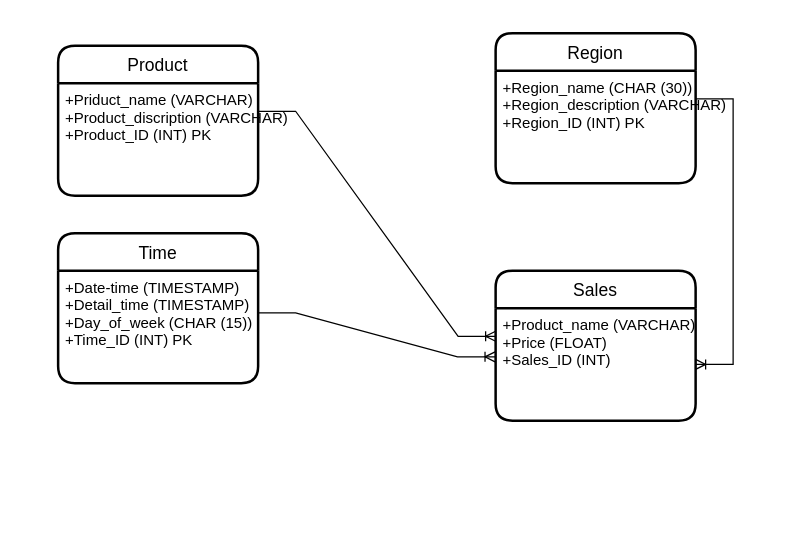
Earlier version of the draw.io diagram page "Fisical" (3 of 3) of Models.drawio (irinapisarchik/Data-analyze). Source tidied: cells renumbered, new cells numbered last; positions are measured from the earlier drawing's top-left corner, leaving out a move shared by most shapes. Both pictures are drawn from the tidied source at 125%, with x=0, y=0 at pixel (58, 32).
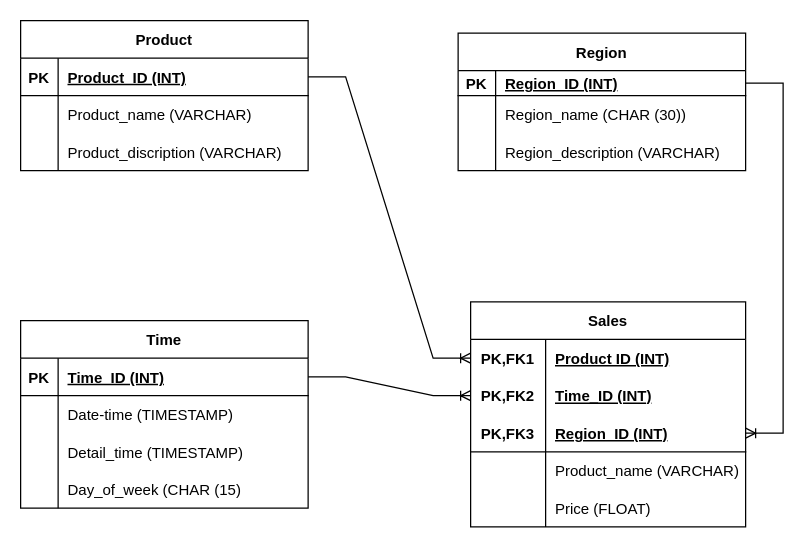
The same diagram, later.

Change to the diagram source:
```diff
@@
-    <mxCell id="2" style="edgeStyle=entityRelationEdgeStyle;fontSize=12;html=1;endArrow=ERoneToMany;rounded=0;exitX=1;exitY=0.25;exitDx=0;exitDy=0;" parent="1" edge="1" source="10" target="12">
+    <mxCell id="2" style="edgeStyle=entityRelationEdgeStyle;fontSize=12;html=1;endArrow=ERoneToMany;rounded=0;entryX=1;entryY=0.5;entryDx=0;entryDy=0;" parent="1" edge="1" source="36" target="51">
       <mxGeometry relative="1" as="geometry" />
     </mxCell>
-    <mxCell id="3" value="Time" style="swimlane;horizontal=1;startSize=30;rounded=1;fontSize=14;fontStyle=0;strokeWidth=2;shadow=0;dashed=0;align=center;" parent="1" vertex="1">
-      <mxGeometry y="160" width="160" height="120" as="geometry" />
-    </mxCell>
-    <mxCell id="4" value="+Date-time (TIMESTAMP)&#10;+Detail_time (TIMESTAMP)&#10;+Day_of_week (CHAR (15))&#10;+Time_ID (INT) PK" style="align=left;strokeColor=none;fillColor=none;spacingLeft=4;fontSize=12;verticalAlign=top;" parent="3" vertex="1">
-      <mxGeometry y="30" width="160" height="90" as="geometry" />
-    </mxCell>
-    <mxCell id="5" style="align=left;strokeColor=none;fillColor=none;spacingLeft=4;fontSize=12;verticalAlign=top;" parent="3" vertex="1">
-      <mxGeometry y="120" width="160" as="geometry" />
-    </mxCell>
-    <mxCell id="6" style="align=left;strokeColor=none;fillColor=none;spacingLeft=4;fontSize=12;verticalAlign=top;" parent="3" vertex="1">
-      <mxGeometry y="120" width="160" as="geometry" />
-    </mxCell>
-    <mxCell id="7" value="Product" style="swimlane;horizontal=1;startSize=30;rounded=1;fontSize=14;fontStyle=0;strokeWidth=2;shadow=0;dashed=0;align=center;" parent="1" vertex="1">
-      <mxGeometry y="10" width="160" height="120" as="geometry" />
-    </mxCell>
-    <mxCell id="8" value="+Priduct_name (VARCHAR)&#10;+Product_discription (VARCHAR)&#10;+Product_ID (INT) PK" style="align=left;strokeColor=none;fillColor=none;spacingLeft=4;fontSize=12;verticalAlign=top;labelBackgroundColor=none;labelBorderColor=none;" parent="7" vertex="1">
-      <mxGeometry y="30" width="160" height="90" as="geometry" />
-    </mxCell>
-    <mxCell id="9" value="Region" style="swimlane;horizontal=1;startSize=30;rounded=1;fontSize=14;fontStyle=0;strokeWidth=2;shadow=0;dashed=0;align=center;" parent="1" vertex="1">
-      <mxGeometry x="350" width="160" height="120" as="geometry" />
-    </mxCell>
-    <mxCell id="10" value="+Region_name (CHAR (30))&#10;+Region_description (VARCHAR)&#10;+Region_ID (INT) PK" style="align=left;strokeColor=none;fillColor=none;spacingLeft=4;fontSize=12;verticalAlign=top;" parent="9" vertex="1">
-      <mxGeometry y="30" width="160" height="90" as="geometry" />
-    </mxCell>
-    <mxCell id="11" value="Sales" style="swimlane;horizontal=1;startSize=30;rounded=1;fontSize=14;fontStyle=0;strokeWidth=2;shadow=0;dashed=0;align=center;" parent="1" vertex="1">
-      <mxGeometry x="350" y="190" width="160" height="120" as="geometry" />
-    </mxCell>
-    <mxCell id="12" value="+Product_name (VARCHAR)&#10;+Price (FLOAT)&#10;+Sales_ID (INT)" style="align=left;strokeColor=none;fillColor=none;spacingLeft=4;fontSize=12;verticalAlign=top;" parent="11" vertex="1">
-      <mxGeometry y="30" width="160" height="90" as="geometry" />
-    </mxCell>
-    <mxCell id="13" style="edgeStyle=entityRelationEdgeStyle;fontSize=12;html=1;endArrow=ERoneToMany;rounded=0;exitX=1;exitY=0.25;exitDx=0;exitDy=0;entryX=0;entryY=0.25;entryDx=0;entryDy=0;" parent="1" edge="1" source="8" target="12">
+    <mxCell id="13" style="edgeStyle=entityRelationEdgeStyle;fontSize=12;html=1;endArrow=ERoneToMany;rounded=0;" parent="1" edge="1" source="15" target="45">
       <mxGeometry relative="1" as="geometry" />
     </mxCell>
-    <mxCell id="14" style="edgeStyle=entityRelationEdgeStyle;fontSize=12;html=1;endArrow=ERoneToMany;rounded=0;exitX=1;exitY=0.376;exitDx=0;exitDy=0;exitPerimeter=0;entryX=-0.003;entryY=0.433;entryDx=0;entryDy=0;entryPerimeter=0;" parent="1" edge="1" source="4" target="12">
+    <mxCell id="14" style="edgeStyle=entityRelationEdgeStyle;fontSize=12;html=1;endArrow=ERoneToMany;rounded=0;entryX=0;entryY=0.5;entryDx=0;entryDy=0;" parent="1" edge="1" source="24" target="48">
       <mxGeometry relative="1" as="geometry" />
     </mxCell>
+    <mxCell id="7" value="Product" style="shape=table;startSize=30;childLayout=tableLayout;rowLines=0;fontStyle=1;align=center;" parent="1" vertex="1">
+      <mxGeometry x="-30" y="-10" width="230" height="120" as="geometry" />
+    </mxCell>
+    <mxCell id="15" style="shape=tableRow;horizontal=0;startSize=0;swimlaneHead=0;swimlaneBody=0;fillColor=none;points=[[0,0.5],[1,0.5]];portConstraint=eastwest;top=0;left=0;right=0;bottom=1;" parent="7" vertex="1">
+      <mxGeometry y="30" width="230" height="30" as="geometry" />
+    </mxCell>
+    <mxCell id="16" value="PK" style="shape=partialRectangle;fillColor=none;top=0;left=0;bottom=0;right=0;fontStyle=1;overflow=hidden;" parent="15" vertex="1">
+      <mxGeometry width="30" height="30" as="geometry" />
+    </mxCell>
+    <mxCell id="17" value="Product_ID (INT)" style="shape=partialRectangle;fillColor=none;top=0;left=0;bottom=0;right=0;align=left;spacingLeft=6;fontStyle=5;overflow=hidden;" parent="15" vertex="1">
+      <mxGeometry x="30" width="200" height="30" as="geometry" />
+    </mxCell>
+    <mxCell id="18" style="shape=tableRow;horizontal=0;startSize=0;swimlaneHead=0;swimlaneBody=0;fillColor=none;top=0;left=0;right=0;bottom=0;" parent="7" vertex="1">
+      <mxGeometry y="60" width="230" height="30" as="geometry" />
+    </mxCell>
+    <mxCell id="19" style="shape=partialRectangle;fillColor=none;top=0;left=0;bottom=0;right=0;overflow=hidden;" parent="18" vertex="1">
+      <mxGeometry width="30" height="30" as="geometry" />
+    </mxCell>
+    <mxCell id="20" value="Product_name (VARCHAR)" style="shape=partialRectangle;fillColor=none;top=0;left=0;bottom=0;right=0;align=left;spacingLeft=6;overflow=hidden;" parent="18" vertex="1">
+      <mxGeometry x="30" width="200" height="30" as="geometry" />
+    </mxCell>
+    <mxCell id="21" style="shape=tableRow;horizontal=0;startSize=0;swimlaneHead=0;swimlaneBody=0;fillColor=none;top=0;left=0;right=0;bottom=0;" parent="7" vertex="1">
+      <mxGeometry y="90" width="230" height="30" as="geometry" />
+    </mxCell>
+    <mxCell id="22" style="shape=partialRectangle;fillColor=none;top=0;left=0;bottom=0;right=0;overflow=hidden;" parent="21" vertex="1">
+      <mxGeometry width="30" height="30" as="geometry" />
+    </mxCell>
+    <mxCell id="23" value="Product_discription (VARCHAR)" style="shape=partialRectangle;fillColor=none;top=0;left=0;bottom=0;right=0;align=left;spacingLeft=6;overflow=hidden;" parent="21" vertex="1">
+      <mxGeometry x="30" width="200" height="30" as="geometry" />
+    </mxCell>
+    <mxCell id="3" value="Time" style="shape=table;startSize=30;childLayout=tableLayout;rowLines=0;fontStyle=1;align=center;" parent="1" vertex="1">
+      <mxGeometry x="-30" y="230" width="230" height="150" as="geometry" />
+    </mxCell>
+    <mxCell id="24" style="shape=tableRow;horizontal=0;startSize=0;swimlaneHead=0;swimlaneBody=0;fillColor=none;points=[[0,0.5],[1,0.5]];portConstraint=eastwest;top=0;left=0;right=0;bottom=1;" parent="3" vertex="1">
+      <mxGeometry y="30" width="230" height="30" as="geometry" />
+    </mxCell>
+    <mxCell id="25" value="PK" style="shape=partialRectangle;fillColor=none;top=0;left=0;bottom=0;right=0;fontStyle=1;overflow=hidden;" parent="24" vertex="1">
+      <mxGeometry width="30" height="30" as="geometry" />
+    </mxCell>
+    <mxCell id="26" value="Time_ID (INT)" style="shape=partialRectangle;fillColor=none;top=0;left=0;bottom=0;right=0;align=left;spacingLeft=6;fontStyle=5;overflow=hidden;" parent="24" vertex="1">
+      <mxGeometry x="30" width="200" height="30" as="geometry" />
+    </mxCell>
+    <mxCell id="27" style="shape=tableRow;horizontal=0;startSize=0;swimlaneHead=0;swimlaneBody=0;fillColor=none;top=0;left=0;right=0;bottom=0;" parent="3" vertex="1">
+      <mxGeometry y="60" width="230" height="30" as="geometry" />
+    </mxCell>
+    <mxCell id="28" style="shape=partialRectangle;fillColor=none;top=0;left=0;bottom=0;right=0;overflow=hidden;" parent="27" vertex="1">
+      <mxGeometry width="30" height="30" as="geometry" />
+    </mxCell>
+    <mxCell id="29" value="Date-time (TIMESTAMP)" style="shape=partialRectangle;fillColor=none;top=0;left=0;bottom=0;right=0;align=left;spacingLeft=6;overflow=hidden;" parent="27" vertex="1">
+      <mxGeometry x="30" width="200" height="30" as="geometry" />
+    </mxCell>
+    <mxCell id="30" style="shape=tableRow;horizontal=0;startSize=0;swimlaneHead=0;swimlaneBody=0;fillColor=none;top=0;left=0;right=0;bottom=0;" parent="3" vertex="1">
+      <mxGeometry y="90" width="230" height="30" as="geometry" />
+    </mxCell>
+    <mxCell id="31" style="shape=partialRectangle;fillColor=none;top=0;left=0;bottom=0;right=0;overflow=hidden;" parent="30" vertex="1">
+      <mxGeometry width="30" height="30" as="geometry" />
+    </mxCell>
+    <mxCell id="32" value="Detail_time (TIMESTAMP)" style="shape=partialRectangle;fillColor=none;top=0;left=0;bottom=0;right=0;align=left;spacingLeft=6;overflow=hidden;" parent="30" vertex="1">
+      <mxGeometry x="30" width="200" height="30" as="geometry" />
+    </mxCell>
+    <mxCell id="33" style="shape=tableRow;horizontal=0;startSize=0;swimlaneHead=0;swimlaneBody=0;fillColor=none;top=0;left=0;right=0;bottom=0;" parent="3" vertex="1">
+      <mxGeometry y="120" width="230" height="30" as="geometry" />
+    </mxCell>
+    <mxCell id="34" style="shape=partialRectangle;fillColor=none;top=0;left=0;bottom=0;right=0;overflow=hidden;" parent="33" vertex="1">
+      <mxGeometry width="30" height="30" as="geometry" />
+    </mxCell>
+    <mxCell id="35" value="Day_of_week (CHAR (15)" style="shape=partialRectangle;fillColor=none;top=0;left=0;bottom=0;right=0;align=left;spacingLeft=6;overflow=hidden;" parent="33" vertex="1">
+      <mxGeometry x="30" width="200" height="30" as="geometry" />
+    </mxCell>
+    <mxCell id="9" value="Region" style="shape=table;startSize=30;childLayout=tableLayout;rowLines=0;fontStyle=1;align=center;" parent="1" vertex="1">
+      <mxGeometry x="320" width="230" height="110" as="geometry" />
+    </mxCell>
+    <mxCell id="36" style="shape=tableRow;horizontal=0;startSize=0;swimlaneHead=0;swimlaneBody=0;fillColor=none;points=[[0,0.5],[1,0.5]];portConstraint=eastwest;top=0;left=0;right=0;bottom=1;" parent="9" vertex="1">
+      <mxGeometry y="30" width="230" height="20" as="geometry" />
+    </mxCell>
+    <mxCell id="37" value="PK" style="shape=partialRectangle;fillColor=none;top=0;left=0;bottom=0;right=0;fontStyle=1;overflow=hidden;" parent="36" vertex="1">
+      <mxGeometry width="30" height="20" as="geometry" />
+    </mxCell>
+    <mxCell id="38" value="Region_ID (INT)" style="shape=partialRectangle;fillColor=none;top=0;left=0;bottom=0;right=0;align=left;spacingLeft=6;fontStyle=5;overflow=hidden;" parent="36" vertex="1">
+      <mxGeometry x="30" width="200" height="20" as="geometry" />
+    </mxCell>
+    <mxCell id="39" style="shape=tableRow;horizontal=0;startSize=0;swimlaneHead=0;swimlaneBody=0;fillColor=none;top=0;left=0;right=0;bottom=0;" parent="9" vertex="1">
+      <mxGeometry y="50" width="230" height="30" as="geometry" />
+    </mxCell>
+    <mxCell id="40" style="shape=partialRectangle;fillColor=none;top=0;left=0;bottom=0;right=0;overflow=hidden;" parent="39" vertex="1">
+      <mxGeometry width="30" height="30" as="geometry" />
+    </mxCell>
+    <mxCell id="41" value="Region_name (CHAR (30))" style="shape=partialRectangle;fillColor=none;top=0;left=0;bottom=0;right=0;align=left;spacingLeft=6;overflow=hidden;" parent="39" vertex="1">
+      <mxGeometry x="30" width="200" height="30" as="geometry" />
+    </mxCell>
+    <mxCell id="42" style="shape=tableRow;horizontal=0;startSize=0;swimlaneHead=0;swimlaneBody=0;fillColor=none;top=0;left=0;right=0;bottom=0;" parent="9" vertex="1">
+      <mxGeometry y="80" width="230" height="30" as="geometry" />
+    </mxCell>
+    <mxCell id="43" style="shape=partialRectangle;fillColor=none;top=0;left=0;bottom=0;right=0;overflow=hidden;" parent="42" vertex="1">
+      <mxGeometry width="30" height="30" as="geometry" />
+    </mxCell>
+    <mxCell id="44" value="Region_description (VARCHAR)" style="shape=partialRectangle;fillColor=none;top=0;left=0;bottom=0;right=0;align=left;spacingLeft=6;overflow=hidden;" parent="42" vertex="1">
+      <mxGeometry x="30" width="200" height="30" as="geometry" />
+    </mxCell>
+    <mxCell id="11" value="Sales" style="shape=table;startSize=30;childLayout=tableLayout;rowLines=0;fontStyle=1;align=center;strokeColor=#000000;" parent="1" vertex="1">
+      <mxGeometry x="330" y="215" width="220" height="180" as="geometry" />
+    </mxCell>
+    <mxCell id="45" style="shape=tableRow;horizontal=0;startSize=0;swimlaneHead=0;swimlaneBody=0;fillColor=none;points=[[0,0.5],[1,0.5]];portConstraint=eastwest;top=0;left=0;right=0;bottom=0;" parent="11" vertex="1">
+      <mxGeometry y="30" width="220" height="30" as="geometry" />
+    </mxCell>
+    <mxCell id="46" value="PK,FK1" style="shape=partialRectangle;fillColor=none;top=0;left=0;bottom=0;right=0;fontStyle=1;overflow=hidden;" parent="45" vertex="1">
+      <mxGeometry width="60" height="30" as="geometry" />
+    </mxCell>
+    <mxCell id="47" value="Product ID (INT)" style="shape=partialRectangle;fillColor=none;top=0;left=0;bottom=0;right=0;align=left;spacingLeft=6;fontStyle=5;overflow=hidden;" parent="45" vertex="1">
+      <mxGeometry x="60" width="160" height="30" as="geometry" />
+    </mxCell>
+    <mxCell id="48" style="shape=tableRow;horizontal=0;startSize=0;swimlaneHead=0;swimlaneBody=0;fillColor=none;points=[[0,0.5],[1,0.5]];portConstraint=eastwest;top=0;left=0;right=0;bottom=0;" parent="11" vertex="1">
+      <mxGeometry y="60" width="220" height="30" as="geometry" />
+    </mxCell>
+    <mxCell id="49" value="PK,FK2" style="shape=partialRectangle;fillColor=none;top=0;left=0;bottom=0;right=0;fontStyle=1;overflow=hidden;" parent="48" vertex="1">
+      <mxGeometry width="60" height="30" as="geometry" />
+    </mxCell>
+    <mxCell id="50" value="Time_ID (INT)" style="shape=partialRectangle;fillColor=none;top=0;left=0;bottom=0;right=0;align=left;spacingLeft=6;fontStyle=5;overflow=hidden;" parent="48" vertex="1">
+      <mxGeometry x="60" width="160" height="30" as="geometry" />
+    </mxCell>
+    <mxCell id="51" style="shape=tableRow;horizontal=0;startSize=0;swimlaneHead=0;swimlaneBody=0;fillColor=none;points=[[0,0.5],[1,0.5]];portConstraint=eastwest;top=0;left=0;right=0;bottom=1;" parent="11" vertex="1">
+      <mxGeometry y="90" width="220" height="30" as="geometry" />
+    </mxCell>
+    <mxCell id="52" value="PK,FK3" style="shape=partialRectangle;fillColor=none;top=0;left=0;bottom=0;right=0;fontStyle=1;overflow=hidden;" parent="51" vertex="1">
+      <mxGeometry width="60" height="30" as="geometry" />
+    </mxCell>
+    <mxCell id="53" value="Region_ID (INT)" style="shape=partialRectangle;fillColor=none;top=0;left=0;bottom=0;right=0;align=left;spacingLeft=6;fontStyle=5;overflow=hidden;" parent="51" vertex="1">
+      <mxGeometry x="60" width="160" height="30" as="geometry" />
+    </mxCell>
+    <mxCell id="54" style="shape=tableRow;horizontal=0;startSize=0;swimlaneHead=0;swimlaneBody=0;fillColor=none;top=0;left=0;right=0;bottom=0;" parent="11" vertex="1">
+      <mxGeometry y="120" width="220" height="30" as="geometry" />
+    </mxCell>
+    <mxCell id="55" style="shape=partialRectangle;fillColor=none;top=0;left=0;bottom=0;right=0;overflow=hidden;" parent="54" vertex="1">
+      <mxGeometry width="60" height="30" as="geometry" />
+    </mxCell>
+    <mxCell id="56" value="Product_name (VARCHAR)" style="shape=partialRectangle;fillColor=none;top=0;left=0;bottom=0;right=0;align=left;spacingLeft=6;overflow=hidden;" parent="54" vertex="1">
+      <mxGeometry x="60" width="160" height="30" as="geometry" />
+    </mxCell>
+    <mxCell id="57" style="shape=tableRow;horizontal=0;startSize=0;swimlaneHead=0;swimlaneBody=0;fillColor=none;top=0;left=0;right=0;bottom=0;" parent="11" vertex="1">
+      <mxGeometry y="150" width="220" height="30" as="geometry" />
+    </mxCell>
+    <mxCell id="58" style="shape=partialRectangle;fillColor=none;top=0;left=0;bottom=0;right=0;overflow=hidden;" parent="57" vertex="1">
+      <mxGeometry width="60" height="30" as="geometry" />
+    </mxCell>
+    <mxCell id="59" value="Price (FLOAT)" style="shape=partialRectangle;fillColor=none;top=0;left=0;bottom=0;right=0;align=left;spacingLeft=6;overflow=hidden;" parent="57" vertex="1">
+      <mxGeometry x="60" width="160" height="30" as="geometry" />
+    </mxCell>
```
